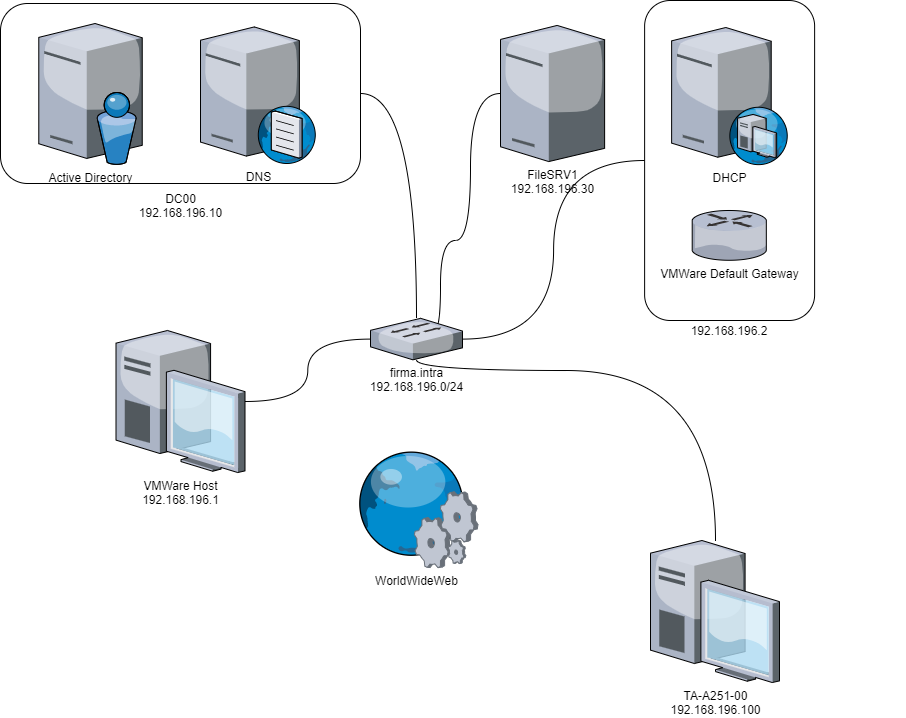
The draw.io diagram Verkkokaavio.png in JohannesGustafsson/Tietoturva, before a commit. Source tidied: cells renumbered, new cells last; positions are measured from the earlier drawing's top-left corner, leaving out a move shared by most shapes.
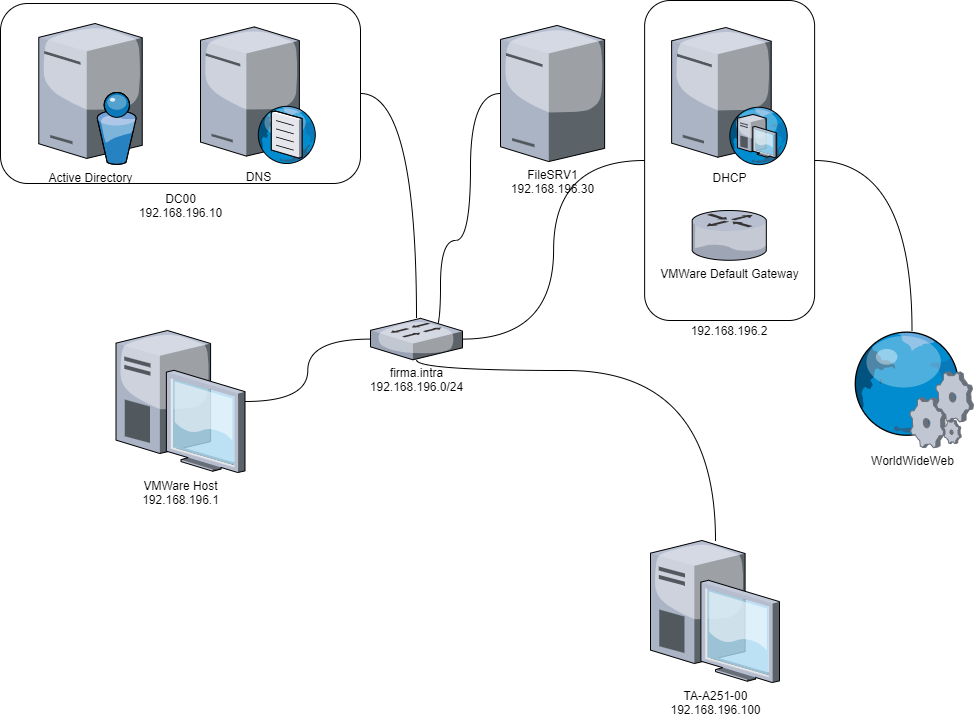
After the change.

What changed in the source:
```diff
@@ -39,7 +39,7 @@
       <mxGeometry x="115.5" y="330" width="129" height="142" as="geometry" />
     </mxCell>
     <mxCell id="10" value="WorldWideWeb" style="verticalLabelPosition=bottom;html=1;verticalAlign=top;strokeColor=none;align=center;outlineConnect=0;shape=mxgraph.citrix.web_service;" parent="1" vertex="1">
-      <mxGeometry x="354.5" y="450" width="123" height="117.1" as="geometry" />
+      <mxGeometry x="850" y="330" width="123" height="117.1" as="geometry" />
     </mxCell>
     <mxCell id="11" value="DC00&lt;br&gt;192.168.196.10" style="text;html=1;align=center;verticalAlign=middle;" parent="1" vertex="1">
       <mxGeometry x="130" y="190" width="100" height="30" as="geometry" />
@@ -77,5 +77,8 @@
     <mxCell id="22" style="edgeStyle=orthogonalEdgeStyle;jettySize=auto;html=1;curved=1;startArrow=none;startFill=0;endArrow=none;endFill=0;" parent="1" edge="1" source="13" target="6">
       <mxGeometry relative="1" as="geometry" />
     </mxCell>
+    <mxCell id="23" style="edgeStyle=orthogonalEdgeStyle;curved=1;jettySize=auto;html=1;startArrow=none;startFill=0;endArrow=none;endFill=0;" parent="1" edge="1" source="18" target="10">
+      <mxGeometry relative="1" as="geometry" />
+    </mxCell>
   </root>
 </mxGraphModel>
```
